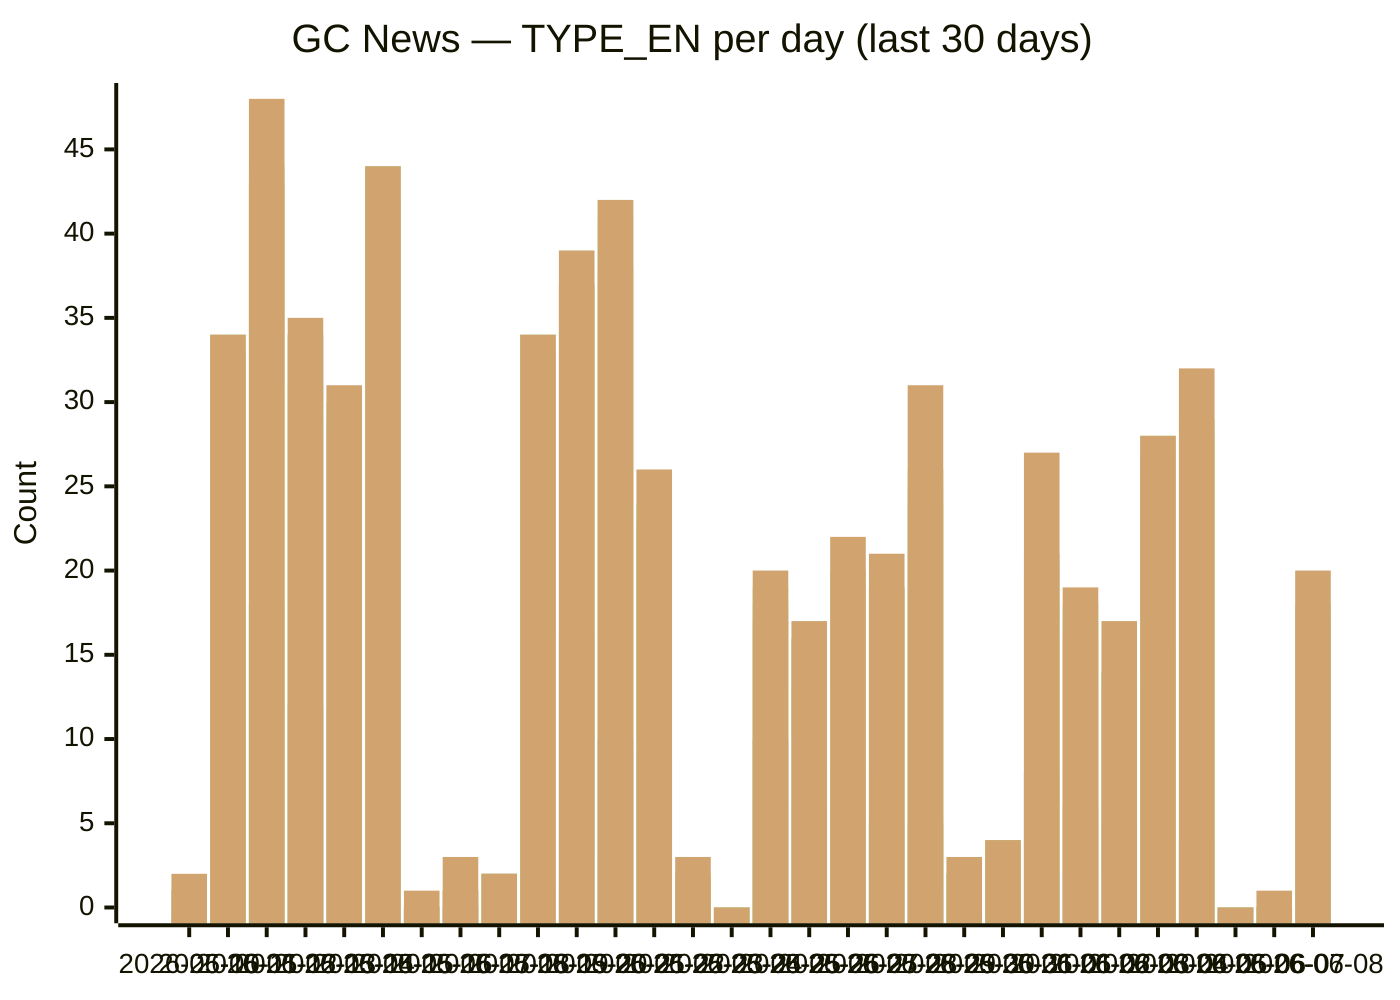
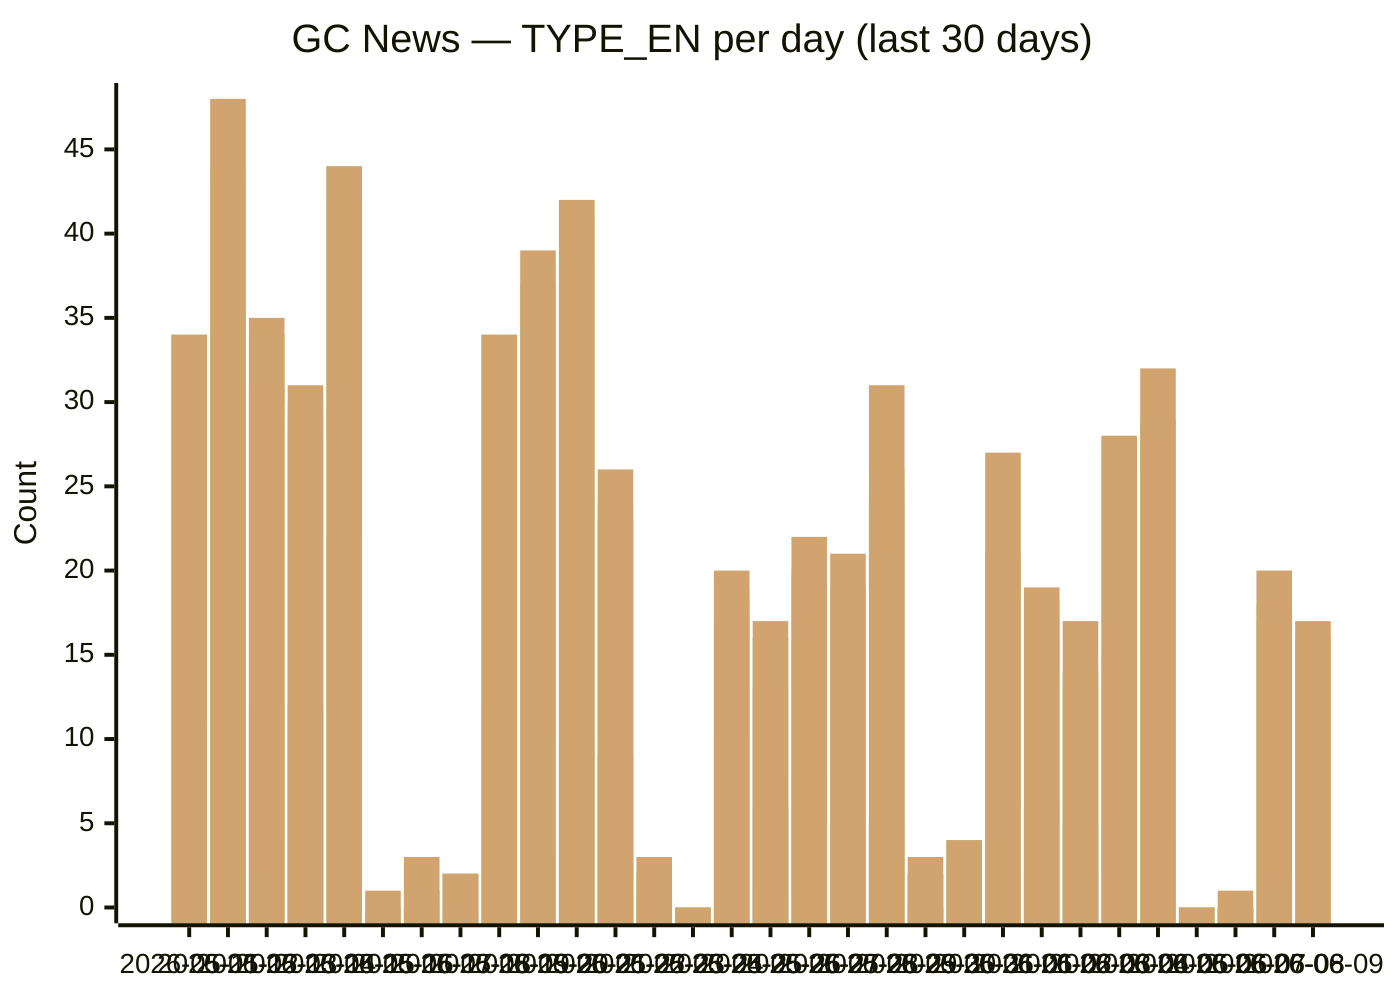
xychart-beta
  title "GC News — TYPE_EN per day (last 30 days)"
-   x-axis [2026-05-10, 2026-05-11, 2026-05-12, 2026-05-13, 2026-05-14, 2026-05-15, 2026-05-16, 2026-05-17, 2026-05-18, 2026-05-19, 2026-05-20, 2026-05-21, 2026-05-22, 2026-05-23, 2026-05-24, 2026-05-25, 2026-05-26, 2026-05-27, 2026-05-28, 2026-05-29, 2026-05-30, 2026-05-31, 2026-06-01, 2026-06-02, 2026-06-03, 2026-06-04, 2026-06-05, 2026-06-06, 2026-06-07, 2026-06-08]
+   x-axis [2026-05-11, 2026-05-12, 2026-05-13, 2026-05-14, 2026-05-15, 2026-05-16, 2026-05-17, 2026-05-18, 2026-05-19, 2026-05-20, 2026-05-21, 2026-05-22, 2026-05-23, 2026-05-24, 2026-05-25, 2026-05-26, 2026-05-27, 2026-05-28, 2026-05-29, 2026-05-30, 2026-05-31, 2026-06-01, 2026-06-02, 2026-06-03, 2026-06-04, 2026-06-05, 2026-06-06, 2026-06-07, 2026-06-08, 2026-06-09]
  y-axis "Count" 0 --> 48
-   bar backgrounders [0, 2, 6, 2, 4, 5, 0, 0, 0, 1, 1, 3, 3, 0, 0, 6, 1, 4, 1, 1, 0, 0, 5, 2, 2, 2, 0, 0, 0, 0]
-   bar "media advisories" [0, 11, 18, 12, 12, 22, 0, 0, 2, 12, 16, 10, 9, 1, 0, 10, 6, 8, 5, 5, 0, 4, 8, 6, 5, 15, 4, 0, 0, 2]
-   bar "news releases" [1, 33, 43, 31, 28, 42, 0, 1, 2, 33, 37, 38, 23, 2, 0, 17, 13, 19, 19, 24, 2, 4, 20, 16, 13, 26, 28, 0, 0, 17]
-   bar readouts [1, 34, 43, 34, 29, 44, 0, 1, 2, 34, 37, 41, 23, 2, 0, 18, 16, 20, 19, 25, 2, 4, 21, 17, 14, 27, 29, 0, 0, 17]
-   bar speeches [1, 34, 44, 34, 30, 44, 0, 1, 2, 34, 37, 42, 24, 2, 0, 19, 16, 20, 19, 26, 2, 4, 21, 18, 14, 28, 29, 0, 0, 18]
-   bar statements [2, 34, 48, 35, 31, 44, 1, 3, 2, 34, 39, 42, 26, 3, 0, 20, 17, 22, 21, 31, 3, 4, 27, 19, 17, 28, 32, 0, 1, 20]
+   bar backgrounders [2, 6, 2, 4, 5, 0, 0, 0, 1, 1, 3, 3, 0, 0, 6, 1, 4, 1, 1, 0, 0, 5, 2, 2, 2, 0, 0, 0, 0, 3]
+   bar "media advisories" [11, 18, 12, 12, 22, 0, 0, 2, 12, 16, 10, 9, 1, 0, 10, 6, 8, 5, 5, 0, 4, 8, 6, 5, 15, 4, 0, 0, 2, 6]
+   bar "news releases" [33, 43, 31, 28, 42, 0, 1, 2, 33, 37, 38, 23, 2, 0, 17, 13, 19, 19, 24, 2, 4, 20, 16, 13, 26, 28, 0, 0, 17, 16]
+   bar readouts [34, 43, 34, 29, 44, 0, 1, 2, 34, 37, 41, 23, 2, 0, 18, 16, 20, 19, 25, 2, 4, 21, 17, 14, 27, 29, 0, 0, 17, 16]
+   bar speeches [34, 44, 34, 30, 44, 0, 1, 2, 34, 37, 42, 24, 2, 0, 19, 16, 20, 19, 26, 2, 4, 21, 18, 14, 28, 29, 0, 0, 18, 16]
+   bar statements [34, 48, 35, 31, 44, 1, 3, 2, 34, 39, 42, 26, 3, 0, 20, 17, 22, 21, 31, 3, 4, 27, 19, 17, 28, 32, 0, 1, 20, 17]
